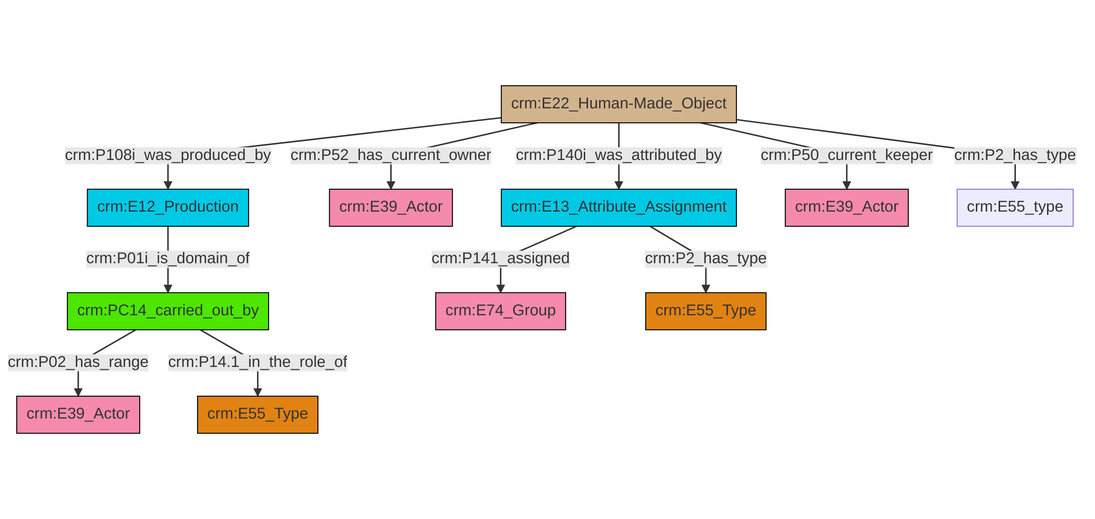
Before: et/artworkCSV/ttl/mmd/png/Artwork_Actor_Relations.png, a diagram exported from Mermaid (ncarboni/srdm). Its source is kept beside it as et/artworkCSV/ttl/mmd/Artwork_Actor_Relations.ttl.mmd.
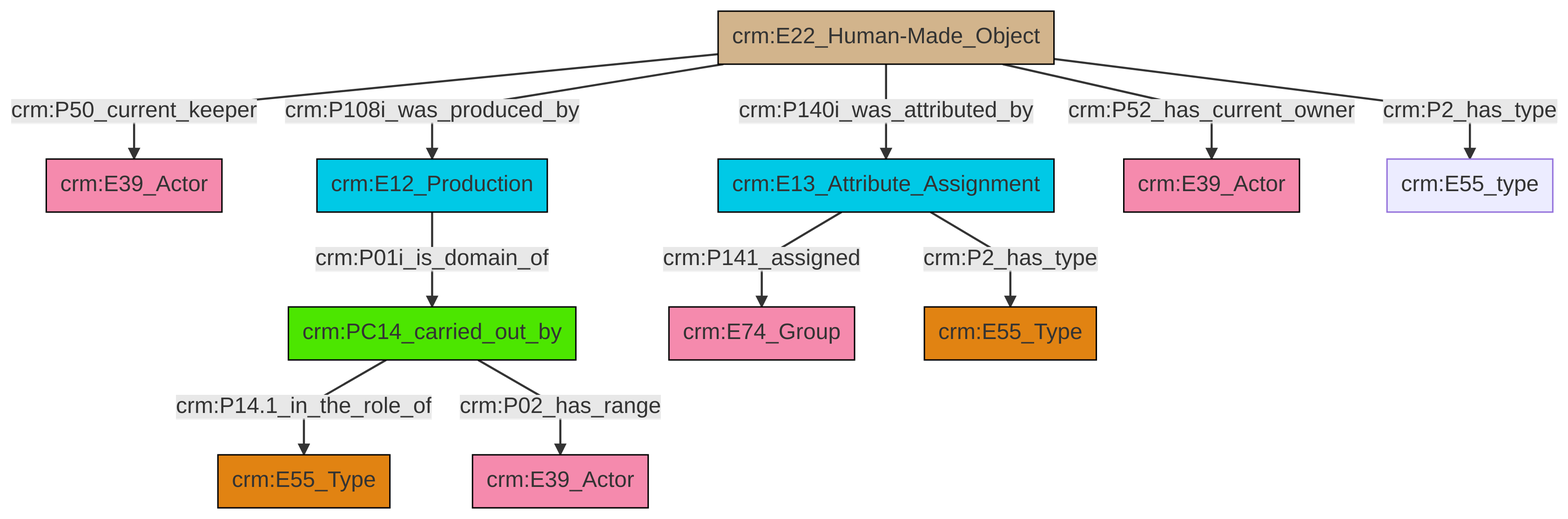
The same diagram one commit later.

What changed in the source:
```diff
@@ -13,13 +13,13 @@
 classDef PC_Classes fill:#4ce600, stroke:#000000;
 classDef Multi fill:#cccccc,stroke:#000000;
 
-4["crm:E22_Human-Made_Object"]:::Physical_Thing -->|crm:P108i_was_produced_by| 0["crm:E12_Production"]:::Temporal_Entity
-9["crm:PC14_carried_out_by"]:::PC_Classes -->|crm:P02_has_range| 7["crm:E39_Actor"]:::Actor
-4["crm:E22_Human-Made_Object"]:::Physical_Thing -->|crm:P52_has_current_owner| 5["crm:E39_Actor"]:::Actor
-9["crm:PC14_carried_out_by"]:::PC_Classes -->|crm:P14.1_in_the_role_of| 17["crm:E55_Type"]:::Type
-15["crm:E13_Attribute_Assignment"]:::Temporal_Entity -->|crm:P141_assigned| 18["crm:E74_Group"]:::Actor
-4["crm:E22_Human-Made_Object"]:::Physical_Thing -->|crm:P140i_was_attributed_by| 15["crm:E13_Attribute_Assignment"]:::Temporal_Entity
-0["crm:E12_Production"]:::Temporal_Entity -->|crm:P01i_is_domain_of| 9["crm:PC14_carried_out_by"]:::PC_Classes
-4["crm:E22_Human-Made_Object"]:::Physical_Thing -->|crm:P50_current_keeper| 13["crm:E39_Actor"]:::Actor
-15["crm:E13_Attribute_Assignment"]:::Temporal_Entity -->|crm:P2_has_type| 2["crm:E55_Type"]:::Type
-4["crm:E22_Human-Made_Object"]:::Physical_Thing -->|crm:P2_has_type| 11["crm:E55_type"]:::Default
+4["crm:E22_Human-Made_Object"]:::Physical_Thing -->|crm:P50_current_keeper| 5["crm:E39_Actor"]:::Actor
+4["crm:E22_Human-Made_Object"]:::Physical_Thing -->|crm:P108i_was_produced_by| 6["crm:E12_Production"]:::Temporal_Entity
+4["crm:E22_Human-Made_Object"]:::Physical_Thing -->|crm:P140i_was_attributed_by| 13["crm:E13_Attribute_Assignment"]:::Temporal_Entity
+4["crm:E22_Human-Made_Object"]:::Physical_Thing -->|crm:P52_has_current_owner| 17["crm:E39_Actor"]:::Actor
+13["crm:E13_Attribute_Assignment"]:::Temporal_Entity -->|crm:P141_assigned| 21["crm:E74_Group"]:::Actor
+6["crm:E12_Production"]:::Temporal_Entity -->|crm:P01i_is_domain_of| 9["crm:PC14_carried_out_by"]:::PC_Classes
+4["crm:E22_Human-Made_Object"]:::Physical_Thing -->|crm:P2_has_type| 14["crm:E55_type"]:::Default
+9["crm:PC14_carried_out_by"]:::PC_Classes -->|crm:P14.1_in_the_role_of| 2["crm:E55_Type"]:::Type
+9["crm:PC14_carried_out_by"]:::PC_Classes -->|crm:P02_has_range| 11["crm:E39_Actor"]:::Actor
+13["crm:E13_Attribute_Assignment"]:::Temporal_Entity -->|crm:P2_has_type| 0["crm:E55_Type"]:::Type
```
